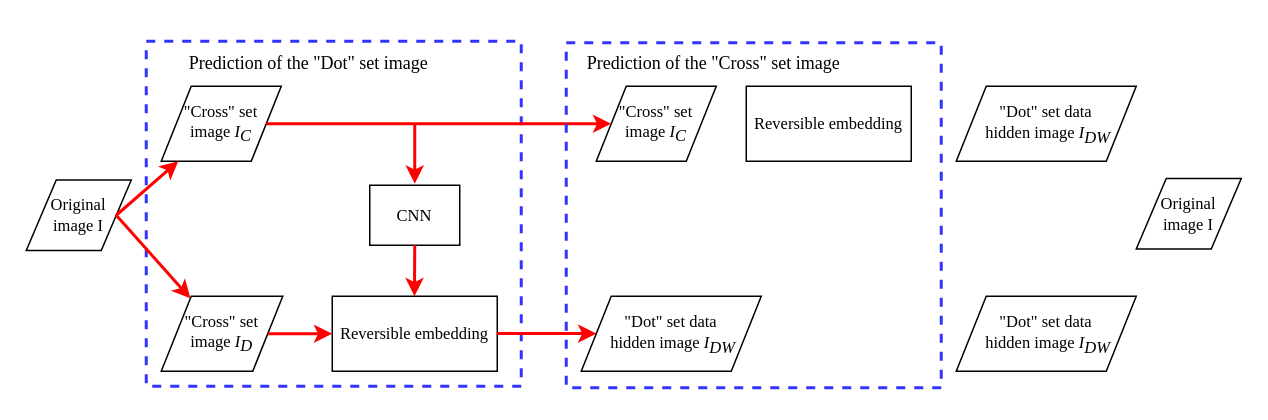
The draw.io diagram 1.PHD_homework/Fig6.drawio in hdhzhd/draw-diagrams, before the edit. Source tidied: cells renumbered, new cells numbered last; positions are measured from the earlier drawing's top-left corner, leaving out a move shared by most shapes. Both pictures are drawn from the tidied source at 150%, with x=0, y=0 at pixel (26, 40).
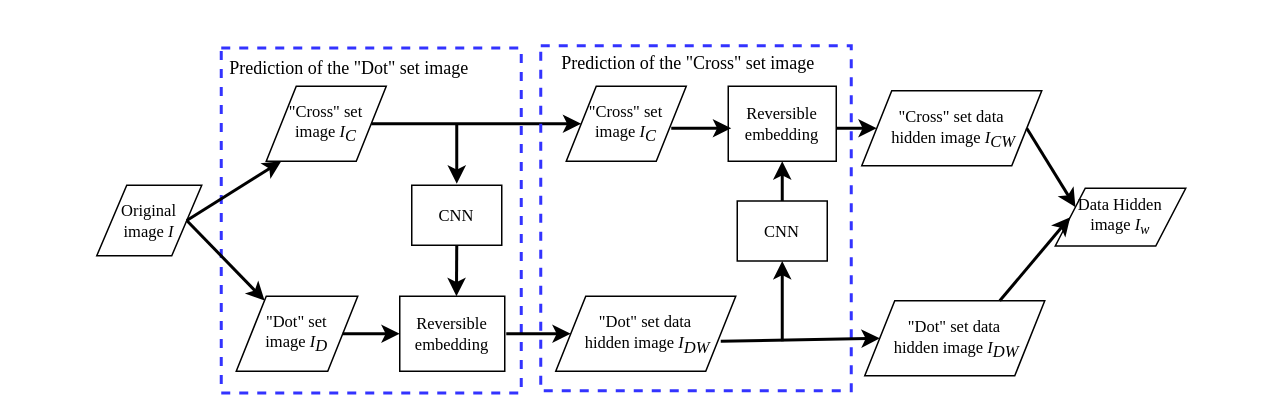
Above is the later version.

Change to the diagram source:
```diff
@@
-    <mxCell id="2" value="&lt;font style=&quot;font-size: 11px;&quot;&gt;Original &lt;br style=&quot;font-size: 11px;&quot;&gt;image I&lt;/font&gt;" style="shape=parallelogram;perimeter=parallelogramPerimeter;whiteSpace=wrap;html=1;fixedSize=1;sketch=0;fontFamily=Times New Roman;fontSize=11;fontColor=#000000;strokeColor=#000000;strokeWidth=1;fillColor=#FFFFFF;" parent="1" vertex="1">
-      <mxGeometry y="92.5" width="70" height="47" as="geometry" />
+    <mxCell id="2" value="&lt;font style=&quot;font-size: 11px&quot;&gt;Original &lt;br style=&quot;font-size: 11px&quot;&gt;image &lt;i&gt;I&lt;/i&gt;&lt;/font&gt;" style="shape=parallelogram;perimeter=parallelogramPerimeter;whiteSpace=wrap;html=1;fixedSize=1;sketch=0;fontFamily=Times New Roman;fontSize=11;fontColor=#000000;strokeColor=#000000;strokeWidth=1;fillColor=#FFFFFF;" parent="1" vertex="1">
+      <mxGeometry x="47" y="96" width="70" height="47" as="geometry" />
     </mxCell>
     <mxCell id="3" value="&lt;font style=&quot;font-size: 11px&quot;&gt;&quot;Cross&quot; set &lt;br&gt;image &lt;i style=&quot;font-size: 11px&quot;&gt;I&lt;sub style=&quot;font-size: 11px&quot;&gt;C&lt;/sub&gt;&lt;/i&gt;&lt;/font&gt;" style="shape=parallelogram;perimeter=parallelogramPerimeter;whiteSpace=wrap;html=1;fixedSize=1;sketch=0;fontFamily=Times New Roman;fontSize=11;fontColor=#000000;strokeColor=#000000;strokeWidth=1;fillColor=#FFFFFF;" parent="1" vertex="1">
-      <mxGeometry x="90" y="30" width="80" height="50" as="geometry" />
+      <mxGeometry x="160" y="30" width="80" height="50" as="geometry" />
     </mxCell>
-    <mxCell id="4" value="&lt;font style=&quot;font-size: 11px&quot;&gt;&quot;Cross&quot; set &lt;br&gt;image &lt;i style=&quot;font-size: 11px&quot;&gt;I&lt;sub style=&quot;font-size: 11px&quot;&gt;D&lt;/sub&gt;&lt;/i&gt;&lt;/font&gt;" style="shape=parallelogram;perimeter=parallelogramPerimeter;whiteSpace=wrap;html=1;fixedSize=1;sketch=0;fontFamily=Times New Roman;fontSize=11;fontColor=#000000;strokeColor=#000000;strokeWidth=1;fillColor=#FFFFFF;" parent="1" vertex="1">
-      <mxGeometry x="90" y="170" width="81" height="50" as="geometry" />
+    <mxCell id="4" value="&lt;font style=&quot;font-size: 11px&quot;&gt;&quot;Dot&quot; set &lt;br&gt;image &lt;i style=&quot;font-size: 11px&quot;&gt;I&lt;sub style=&quot;font-size: 11px&quot;&gt;D&lt;/sub&gt;&lt;/i&gt;&lt;/font&gt;" style="shape=parallelogram;perimeter=parallelogramPerimeter;whiteSpace=wrap;html=1;fixedSize=1;sketch=0;fontFamily=Times New Roman;fontSize=11;fontColor=#000000;strokeColor=#000000;strokeWidth=1;fillColor=#FFFFFF;" parent="1" vertex="1">
+      <mxGeometry x="140" y="170" width="81" height="50" as="geometry" />
     </mxCell>
     <mxCell id="5" value="CNN" style="rounded=0;whiteSpace=wrap;html=1;sketch=0;fontFamily=Times New Roman;fontSize=11;fontColor=#000000;strokeColor=#000000;strokeWidth=1;fillColor=#FFFFFF;" parent="1" vertex="1">
-      <mxGeometry x="229" y="96" width="60" height="40" as="geometry" />
+      <mxGeometry x="257" y="96" width="60" height="40" as="geometry" />
     </mxCell>
-    <mxCell id="6" value="Reversible embedding" style="rounded=0;whiteSpace=wrap;html=1;sketch=0;fontFamily=Times New Roman;fontSize=11;fontColor=#000000;strokeColor=#000000;strokeWidth=1;fillColor=#FFFFFF;" parent="1" vertex="1">
-      <mxGeometry x="204" y="170" width="110" height="50" as="geometry" />
+    <mxCell id="6" value="Reversible &lt;br&gt;embedding" style="rounded=0;whiteSpace=wrap;html=1;sketch=0;fontFamily=Times New Roman;fontSize=11;fontColor=#000000;strokeColor=#000000;strokeWidth=1;fillColor=#FFFFFF;" parent="1" vertex="1">
+      <mxGeometry x="249" y="170" width="70" height="50" as="geometry" />
     </mxCell>
     <mxCell id="7" value="&lt;h1&gt;&lt;br&gt;&lt;/h1&gt;" style="text;html=1;strokeColor=#3333FF;fillColor=none;spacing=5;spacingTop=-20;whiteSpace=wrap;overflow=hidden;rounded=0;sketch=0;fontFamily=Times New Roman;fontSize=16;fontColor=#000000;dashed=1;strokeWidth=2;" parent="1" vertex="1">
-      <mxGeometry x="80" width="250" height="230" as="geometry" />
+      <mxGeometry x="130" y="4.5" width="200" height="230" as="geometry" />
     </mxCell>
     <mxCell id="8" value="Prediction of the &quot;Dot&quot; set image&amp;nbsp;" style="text;html=1;strokeColor=none;fillColor=none;align=center;verticalAlign=middle;whiteSpace=wrap;rounded=0;dashed=1;sketch=0;fontFamily=Times New Roman;fontSize=12;fontColor=#000000;" parent="1" vertex="1">
-      <mxGeometry x="90" width="200" height="30" as="geometry" />
+      <mxGeometry x="117" y="3" width="200" height="30" as="geometry" />
     </mxCell>
-    <mxCell id="9" style="endArrow=classic;html=1;rounded=0;fontFamily=Times New Roman;fontSize=16;fontColor=#000000;strokeColor=#FF0000;strokeWidth=2;exitX=1;exitY=0.5;exitDx=0;exitDy=0;" parent="1" edge="1" source="2" target="3">
-      <mxGeometry relative="1" as="geometry" />
+    <mxCell id="9" style="endArrow=classic;html=1;rounded=0;fontFamily=Times New Roman;fontSize=16;fontColor=#000000;strokeColor=#000000;strokeWidth=2;exitX=1;exitY=0.5;exitDx=0;exitDy=0;" parent="1" edge="1" source="2">
+      <mxGeometry relative="1" as="geometry">
+        <mxPoint x="170" y="80" as="targetPoint" />
+      </mxGeometry>
     </mxCell>
-    <mxCell id="10" style="endArrow=classic;html=1;rounded=0;fontFamily=Times New Roman;fontSize=16;fontColor=#000000;strokeColor=#FF0000;strokeWidth=2;exitX=1;exitY=0.5;exitDx=0;exitDy=0;" parent="1" edge="1" source="2" target="4">
+    <mxCell id="10" style="endArrow=classic;html=1;rounded=0;fontFamily=Times New Roman;fontSize=16;fontColor=#000000;strokeColor=#000000;strokeWidth=2;exitX=1;exitY=0.5;exitDx=0;exitDy=0;" parent="1" edge="1" source="2" target="4">
       <mxGeometry relative="1" as="geometry" />
     </mxCell>
-    <mxCell id="11" style="endArrow=classic;html=1;rounded=0;fontFamily=Times New Roman;fontSize=16;fontColor=#000000;strokeColor=#FF0000;strokeWidth=2;exitX=1;exitY=0.5;exitDx=0;exitDy=0;entryX=0;entryY=0.5;entryDx=0;entryDy=0;" parent="1" edge="1" source="4" target="6">
+    <mxCell id="11" style="endArrow=classic;html=1;rounded=0;fontFamily=Times New Roman;fontSize=16;fontColor=#000000;strokeColor=#000000;strokeWidth=2;exitX=1;exitY=0.5;exitDx=0;exitDy=0;entryX=0;entryY=0.5;entryDx=0;entryDy=0;" parent="1" edge="1" source="4" target="6">
       <mxGeometry relative="1" as="geometry" />
     </mxCell>
     <mxCell id="12" value="&lt;font style=&quot;font-size: 11px&quot;&gt;&quot;Cross&quot; set &lt;br&gt;image &lt;i style=&quot;font-size: 11px&quot;&gt;I&lt;sub style=&quot;font-size: 11px&quot;&gt;C&lt;/sub&gt;&lt;/i&gt;&lt;/font&gt;" style="shape=parallelogram;perimeter=parallelogramPerimeter;whiteSpace=wrap;html=1;fixedSize=1;sketch=0;fontFamily=Times New Roman;fontSize=11;fontColor=#000000;strokeColor=#000000;strokeWidth=1;fillColor=#FFFFFF;" parent="1" vertex="1">
-      <mxGeometry x="380" y="30" width="80" height="50" as="geometry" />
+      <mxGeometry x="360" y="30" width="80" height="50" as="geometry" />
     </mxCell>
-    <mxCell id="13" style="endArrow=classic;html=1;rounded=0;fontFamily=Times New Roman;fontSize=16;fontColor=#000000;strokeColor=#FF0000;strokeWidth=2;exitX=1;exitY=0.5;exitDx=0;exitDy=0;entryX=0;entryY=0.5;entryDx=0;entryDy=0;" parent="1" edge="1" source="3" target="12">
+    <mxCell id="13" style="endArrow=classic;html=1;rounded=0;fontFamily=Times New Roman;fontSize=16;fontColor=#000000;strokeColor=#000000;strokeWidth=2;exitX=1;exitY=0.5;exitDx=0;exitDy=0;entryX=0;entryY=0.5;entryDx=0;entryDy=0;" parent="1" edge="1" source="3" target="12">
       <mxGeometry relative="1" as="geometry" />
     </mxCell>
-    <mxCell id="14" style="endArrow=classic;html=1;rounded=0;fontFamily=Times New Roman;fontSize=16;fontColor=#000000;strokeColor=#FF0000;strokeWidth=2;" parent="1" edge="1">
+    <mxCell id="14" style="endArrow=classic;html=1;rounded=0;fontFamily=Times New Roman;fontSize=16;fontColor=#000000;strokeColor=#000000;strokeWidth=2;" parent="1" edge="1">
       <mxGeometry relative="1" as="geometry">
-        <mxPoint x="259" y="55" as="sourcePoint" />
-        <mxPoint x="259" y="95" as="targetPoint" />
+        <mxPoint x="287" y="55" as="sourcePoint" />
+        <mxPoint x="287" y="95" as="targetPoint" />
       </mxGeometry>
     </mxCell>
-    <mxCell id="15" style="endArrow=classic;html=1;rounded=0;fontFamily=Times New Roman;fontSize=16;fontColor=#000000;strokeColor=#FF0000;strokeWidth=2;exitX=0.5;exitY=1;exitDx=0;exitDy=0;" parent="1" edge="1" source="5">
+    <mxCell id="15" style="endArrow=classic;html=1;rounded=0;fontFamily=Times New Roman;fontSize=16;fontColor=#000000;strokeColor=#000000;strokeWidth=2;exitX=0.5;exitY=1;exitDx=0;exitDy=0;" parent="1" edge="1" source="5">
       <mxGeometry relative="1" as="geometry">
-        <mxPoint x="258.8" y="170" as="targetPoint" />
+        <mxPoint x="286.8" y="170" as="targetPoint" />
       </mxGeometry>
     </mxCell>
-    <mxCell id="16" style="endArrow=classic;html=1;rounded=0;fontFamily=Times New Roman;fontSize=16;fontColor=#000000;strokeColor=#FF0000;strokeWidth=2;exitX=1;exitY=0.5;exitDx=0;exitDy=0;" parent="1" edge="1" target="17">
+    <mxCell id="16" style="endArrow=classic;html=1;rounded=0;fontFamily=Times New Roman;fontSize=16;fontColor=#000000;strokeColor=#000000;strokeWidth=2;" parent="1" edge="1" target="17">
       <mxGeometry relative="1" as="geometry">
-        <mxPoint x="314" y="194.8" as="sourcePoint" />
+        <mxPoint x="320" y="195" as="sourcePoint" />
       </mxGeometry>
     </mxCell>
     <mxCell id="17" value="&lt;font style=&quot;font-size: 11px; line-height: 1;&quot;&gt;&quot;Dot&quot; set data&lt;br style=&quot;font-size: 11px;&quot;&gt;&amp;nbsp;hidden image &lt;i style=&quot;font-size: 11px;&quot;&gt;I&lt;sub style=&quot;font-size: 11px;&quot;&gt;DW&lt;/sub&gt;&lt;/i&gt;&lt;/font&gt;" style="shape=parallelogram;perimeter=parallelogramPerimeter;whiteSpace=wrap;html=1;fixedSize=1;sketch=0;fontFamily=Times New Roman;fontSize=11;fontColor=#000000;strokeColor=#000000;strokeWidth=1;fillColor=#FFFFFF;" parent="1" vertex="1">
-      <mxGeometry x="370" y="170" width="120" height="50" as="geometry" />
+      <mxGeometry x="353" y="170" width="120" height="50" as="geometry" />
     </mxCell>
     <mxCell id="18" value="&lt;h1&gt;&lt;br&gt;&lt;/h1&gt;" style="text;html=1;strokeColor=#3333FF;fillColor=none;spacing=5;spacingTop=-20;whiteSpace=wrap;overflow=hidden;rounded=0;sketch=0;fontFamily=Times New Roman;fontSize=16;fontColor=#000000;dashed=1;strokeWidth=2;" parent="1" vertex="1">
-      <mxGeometry x="360" y="1" width="250" height="230" as="geometry" />
+      <mxGeometry x="343" y="3" width="207" height="230" as="geometry" />
     </mxCell>
     <mxCell id="19" value="Prediction of the &quot;Cross&quot; set image&amp;nbsp;" style="text;html=1;strokeColor=none;fillColor=none;align=center;verticalAlign=middle;whiteSpace=wrap;rounded=0;dashed=1;sketch=0;fontFamily=Times New Roman;fontSize=12;fontColor=#000000;" parent="1" vertex="1">
-      <mxGeometry x="360" width="200" height="30" as="geometry" />
+      <mxGeometry x="343" width="200" height="30" as="geometry" />
     </mxCell>
-    <mxCell id="20" value="Reversible embedding" style="rounded=0;whiteSpace=wrap;html=1;sketch=0;fontFamily=Times New Roman;fontSize=11;fontColor=#000000;strokeColor=#000000;strokeWidth=1;fillColor=#FFFFFF;" parent="1" vertex="1">
-      <mxGeometry x="480" y="30" width="110" height="50" as="geometry" />
+    <mxCell id="20" value="Reversible &lt;br&gt;embedding" style="rounded=0;whiteSpace=wrap;html=1;sketch=0;fontFamily=Times New Roman;fontSize=11;fontColor=#000000;strokeColor=#000000;strokeWidth=1;fillColor=#FFFFFF;" parent="1" vertex="1">
+      <mxGeometry x="468" y="30" width="72" height="50" as="geometry" />
     </mxCell>
     <mxCell id="21" value="&lt;font style=&quot;font-size: 11px; line-height: 1;&quot;&gt;&quot;Dot&quot; set data&lt;br style=&quot;font-size: 11px;&quot;&gt;&amp;nbsp;hidden image &lt;i style=&quot;font-size: 11px;&quot;&gt;I&lt;sub style=&quot;font-size: 11px;&quot;&gt;DW&lt;/sub&gt;&lt;/i&gt;&lt;/font&gt;" style="shape=parallelogram;perimeter=parallelogramPerimeter;whiteSpace=wrap;html=1;fixedSize=1;sketch=0;fontFamily=Times New Roman;fontSize=11;fontColor=#000000;strokeColor=#000000;strokeWidth=1;fillColor=#FFFFFF;" parent="1" vertex="1">
-      <mxGeometry x="620" y="170" width="120" height="50" as="geometry" />
+      <mxGeometry x="559" y="173" width="120" height="50" as="geometry" />
     </mxCell>
-    <mxCell id="22" value="&lt;font style=&quot;font-size: 11px; line-height: 1;&quot;&gt;&quot;Dot&quot; set data&lt;br style=&quot;font-size: 11px;&quot;&gt;&amp;nbsp;hidden image &lt;i style=&quot;font-size: 11px;&quot;&gt;I&lt;sub style=&quot;font-size: 11px;&quot;&gt;DW&lt;/sub&gt;&lt;/i&gt;&lt;/font&gt;" style="shape=parallelogram;perimeter=parallelogramPerimeter;whiteSpace=wrap;html=1;fixedSize=1;sketch=0;fontFamily=Times New Roman;fontSize=11;fontColor=#000000;strokeColor=#000000;strokeWidth=1;fillColor=#FFFFFF;" parent="1" vertex="1">
-      <mxGeometry x="620" y="30" width="120" height="50" as="geometry" />
+    <mxCell id="22" value="&lt;font style=&quot;font-size: 11px ; line-height: 1&quot;&gt;&quot;Cross&quot; set data&lt;br style=&quot;font-size: 11px&quot;&gt;&amp;nbsp;hidden image &lt;i style=&quot;font-size: 11px&quot;&gt;I&lt;sub style=&quot;font-size: 11px&quot;&gt;CW&lt;/sub&gt;&lt;/i&gt;&lt;/font&gt;" style="shape=parallelogram;perimeter=parallelogramPerimeter;whiteSpace=wrap;html=1;fixedSize=1;sketch=0;fontFamily=Times New Roman;fontSize=11;fontColor=#000000;strokeColor=#000000;strokeWidth=1;fillColor=#FFFFFF;" parent="1" vertex="1">
+      <mxGeometry x="557" y="33" width="120" height="50" as="geometry" />
     </mxCell>
-    <mxCell id="23" value="&lt;font style=&quot;font-size: 11px;&quot;&gt;Original &lt;br style=&quot;font-size: 11px;&quot;&gt;image I&lt;/font&gt;" style="shape=parallelogram;perimeter=parallelogramPerimeter;whiteSpace=wrap;html=1;fixedSize=1;sketch=0;fontFamily=Times New Roman;fontSize=11;fontColor=#000000;strokeColor=#000000;strokeWidth=1;fillColor=#FFFFFF;" parent="1" vertex="1">
-      <mxGeometry x="740" y="91.5" width="70" height="47" as="geometry" />
+    <mxCell id="23" value="&lt;font style=&quot;font-size: 11px&quot;&gt;Data Hidden&lt;br style=&quot;font-size: 11px&quot;&gt;image &lt;i&gt;I&lt;sub&gt;w&lt;/sub&gt;&lt;/i&gt;&lt;/font&gt;" style="shape=parallelogram;perimeter=parallelogramPerimeter;whiteSpace=wrap;html=1;fixedSize=1;sketch=0;fontFamily=Times New Roman;fontSize=11;fontColor=#000000;strokeColor=#000000;strokeWidth=1;fillColor=#FFFFFF;" parent="1" vertex="1">
+      <mxGeometry x="686" y="98" width="87" height="38.5" as="geometry" />
     </mxCell>
+    <mxCell id="24" value="CNN" style="rounded=0;whiteSpace=wrap;html=1;sketch=0;fontFamily=Times New Roman;fontSize=11;fontColor=#000000;strokeColor=#000000;strokeWidth=1;fillColor=#FFFFFF;" parent="1" vertex="1">
+      <mxGeometry x="474" y="106.5" width="60" height="40" as="geometry" />
+    </mxCell>
+    <mxCell id="25" style="endArrow=classic;html=1;rounded=0;fontFamily=Times New Roman;fontSize=16;fontColor=#000000;strokeColor=#000000;strokeWidth=2;exitX=1;exitY=0.5;exitDx=0;exitDy=0;entryX=0;entryY=0.5;entryDx=0;entryDy=0;" parent="1" edge="1" target="21">
+      <mxGeometry relative="1" as="geometry">
+        <mxPoint x="463" y="200" as="sourcePoint" />
+      </mxGeometry>
+    </mxCell>
+    <mxCell id="26" style="endArrow=classic;html=1;rounded=0;entryX=0.5;entryY=1;entryDx=0;entryDy=0;strokeWidth=2;" parent="1" edge="1" target="24">
+      <mxGeometry relative="1" as="geometry">
+        <mxPoint x="504" y="200" as="sourcePoint" />
+      </mxGeometry>
+    </mxCell>
+    <mxCell id="27" style="endArrow=classic;html=1;rounded=0;strokeColor=#000000;strokeWidth=2;entryX=0.5;entryY=1;entryDx=0;entryDy=0;exitX=0.5;exitY=0;exitDx=0;exitDy=0;" parent="1" edge="1" source="24" target="20">
+      <mxGeometry relative="1" as="geometry" />
+    </mxCell>
+    <mxCell id="28" style="endArrow=classic;html=1;rounded=0;strokeColor=#000000;strokeWidth=2;" parent="1" edge="1">
+      <mxGeometry relative="1" as="geometry">
+        <mxPoint x="430" y="58" as="sourcePoint" />
+        <mxPoint x="470" y="58" as="targetPoint" />
+      </mxGeometry>
+    </mxCell>
+    <mxCell id="29" style="endArrow=classic;html=1;rounded=0;strokeColor=#000000;strokeWidth=2;entryX=0;entryY=0.5;entryDx=0;entryDy=0;" parent="1" edge="1" target="22">
+      <mxGeometry relative="1" as="geometry">
+        <mxPoint x="540" y="58" as="sourcePoint" />
+      </mxGeometry>
+    </mxCell>
+    <mxCell id="30" style="endArrow=classic;html=1;rounded=0;strokeColor=#000000;strokeWidth=2;entryX=0;entryY=0.25;entryDx=0;entryDy=0;exitX=1;exitY=0.5;exitDx=0;exitDy=0;" parent="1" edge="1" source="22" target="23">
+      <mxGeometry relative="1" as="geometry" />
+    </mxCell>
+    <mxCell id="31" style="endArrow=classic;html=1;rounded=0;strokeColor=#000000;strokeWidth=2;entryX=0;entryY=0.5;entryDx=0;entryDy=0;exitX=0.75;exitY=0;exitDx=0;exitDy=0;" parent="1" edge="1" source="21" target="23">
+      <mxGeometry relative="1" as="geometry" />
+    </mxCell>
```
